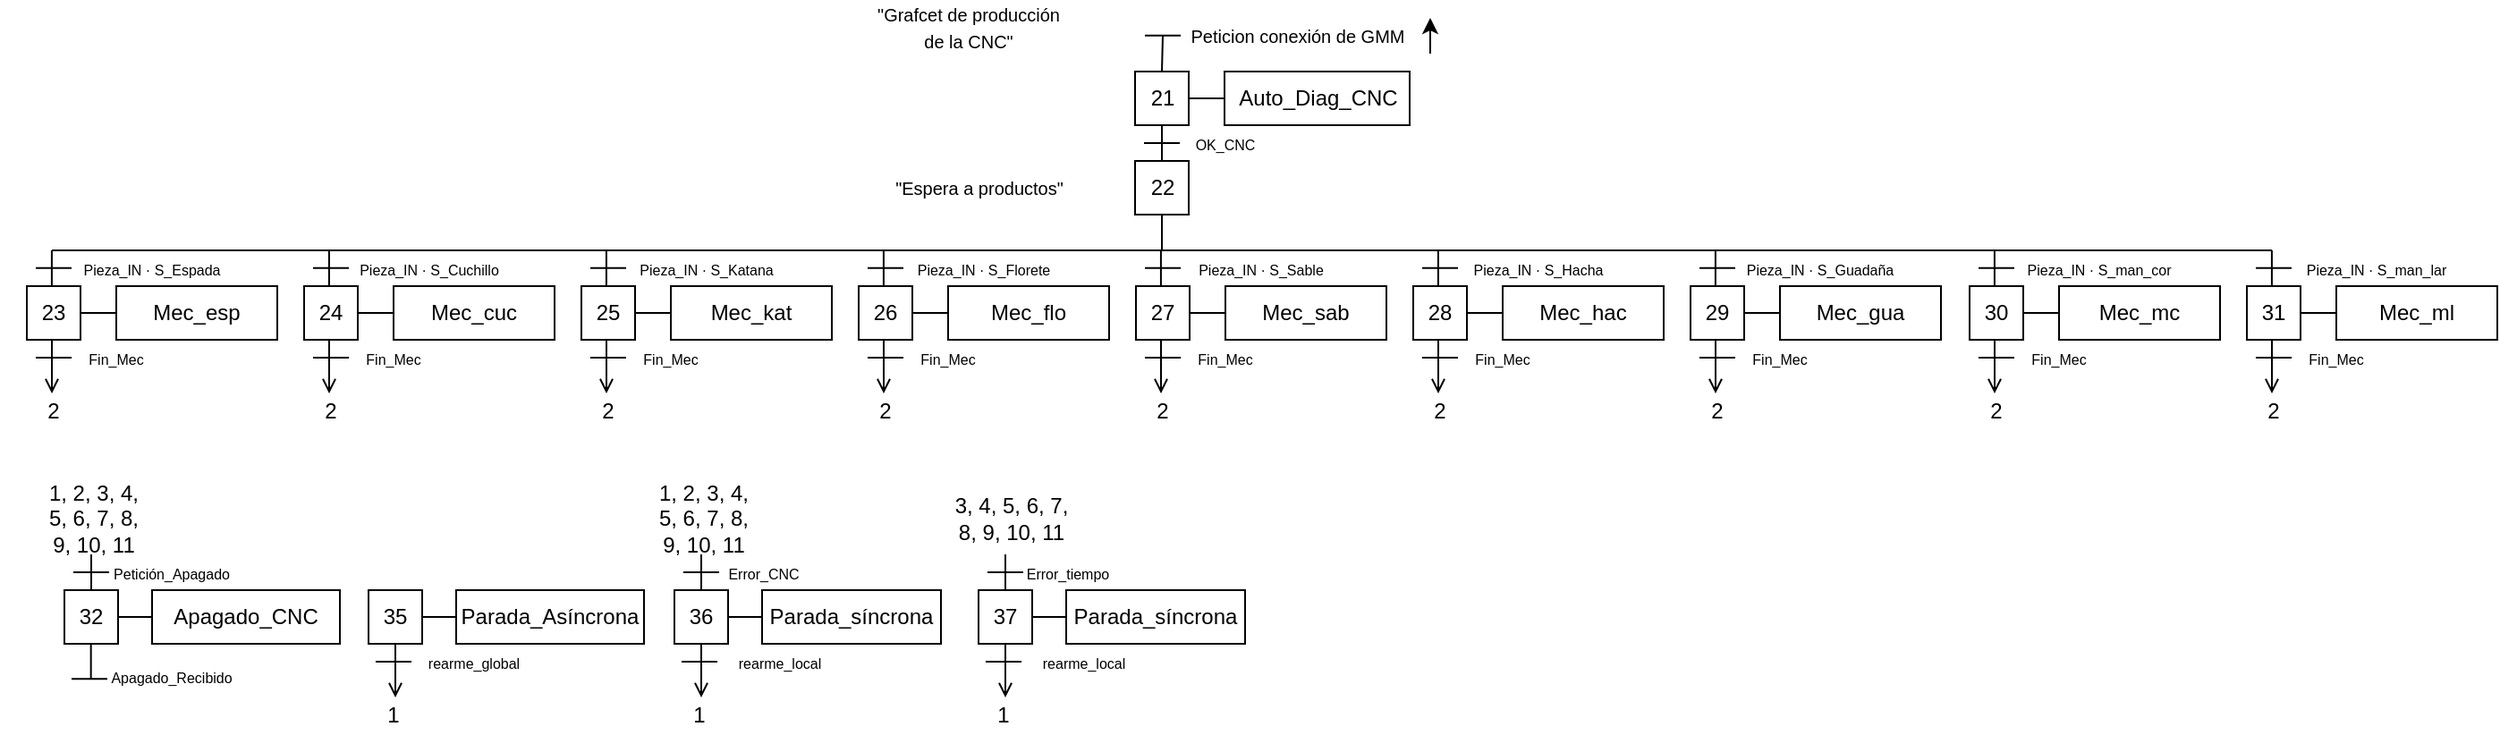
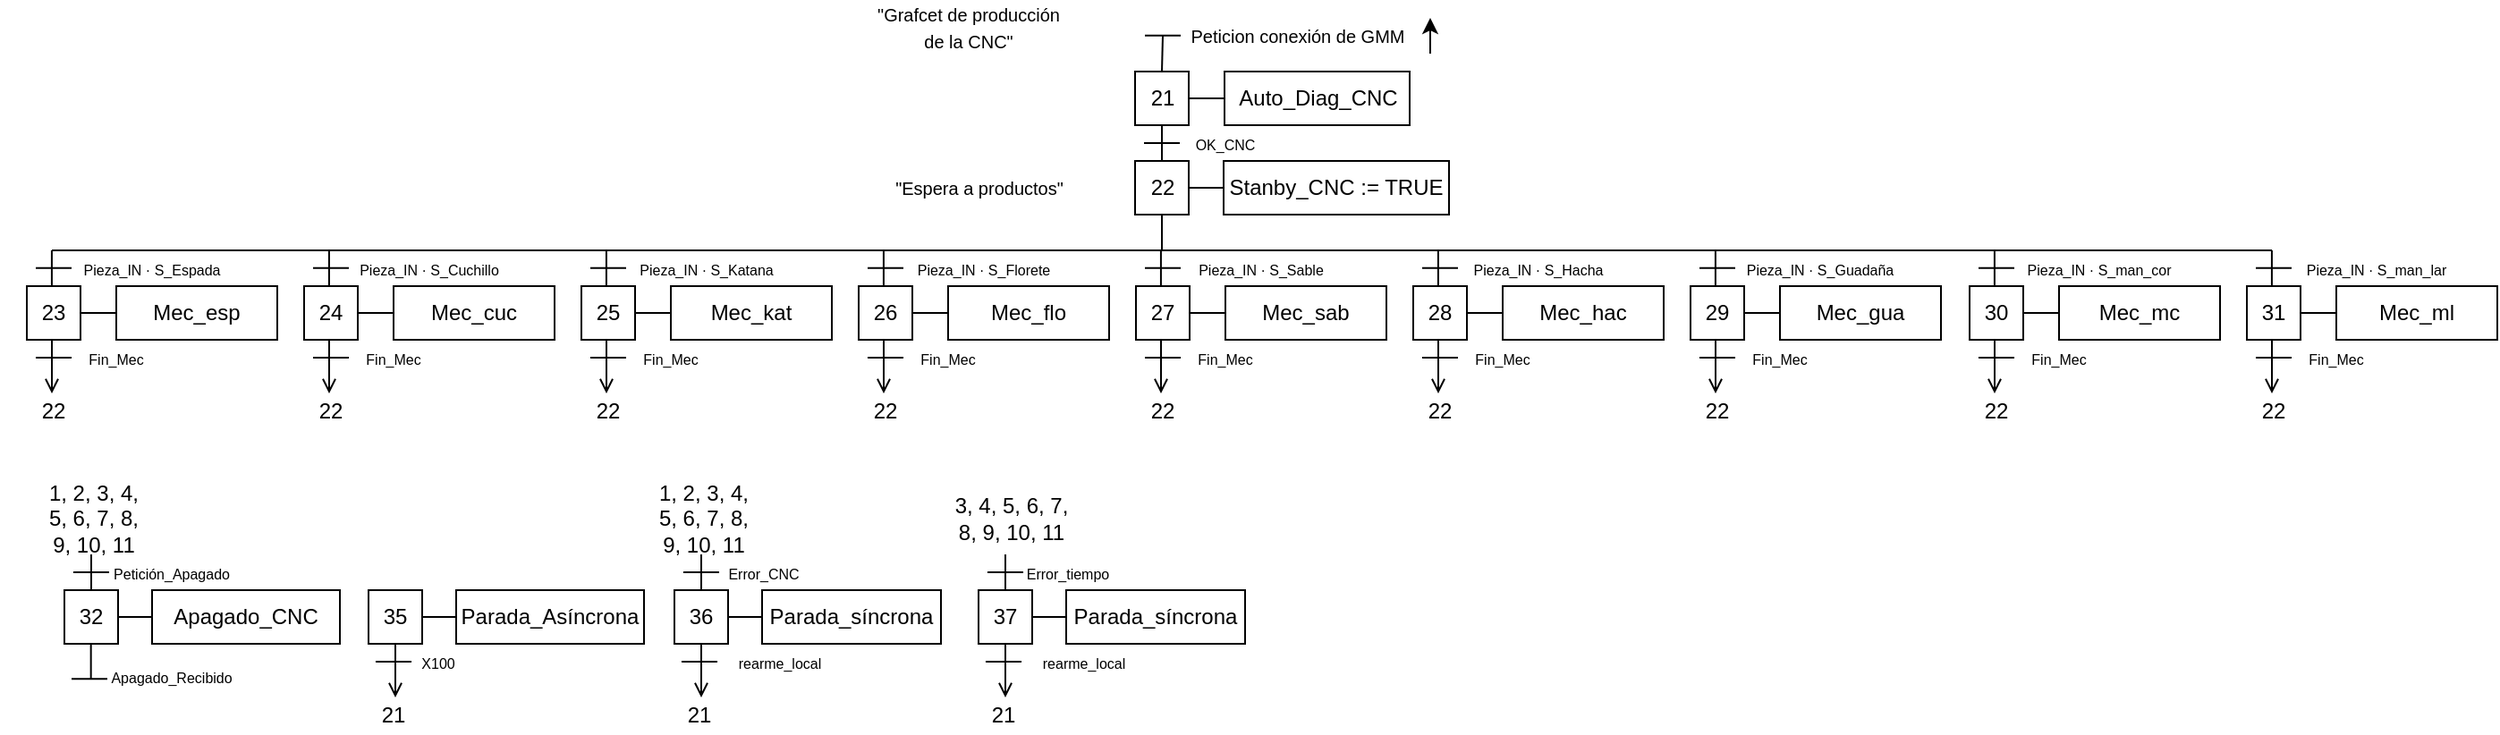
<mxfile host="app.diagrams.net">
  <diagram id="C5RBs43oDa-KdzZeNtuy" name="Page-1">
-     <mxGraphModel dx="1471" dy="753" grid="1" gridSize="10" guides="1" tooltips="1" connect="1" arrows="1" fold="1" page="1" pageScale="1" pageWidth="827" pageHeight="1169" math="0" shadow="0">
+     <mxGraphModel dx="1212" dy="620" grid="1" gridSize="10" guides="1" tooltips="1" connect="1" arrows="1" fold="1" page="1" pageScale="1" pageWidth="827" pageHeight="1169" math="0" shadow="0">
      <root>
        <mxCell id="WIyWlLk6GJQsqaUBKTNV-0" />
        <mxCell id="WIyWlLk6GJQsqaUBKTNV-1" parent="WIyWlLk6GJQsqaUBKTNV-0" />
        <mxCell id="zzCB6wl2EMzTk8Lp6clx-1" parent="WIyWlLk6GJQsqaUBKTNV-1" style="rounded=0;whiteSpace=wrap;html=1;arcSize=10;" value="22" vertex="1">
          <mxGeometry height="30" width="30" x="634.5" y="120" as="geometry" />
        </mxCell>
        <mxCell id="zzCB6wl2EMzTk8Lp6clx-7" edge="1" parent="WIyWlLk6GJQsqaUBKTNV-1" style="endArrow=none;html=1;rounded=0;entryX=0.5;entryY=0;entryDx=0;entryDy=0;exitX=0.5;exitY=1;exitDx=0;exitDy=0;arcSize=10;" value="">
          <mxGeometry height="50" relative="1" width="50" as="geometry">
            <mxPoint x="649.5" y="150" as="sourcePoint" />
            <mxPoint x="649.5" y="170" as="targetPoint" />
          </mxGeometry>
        </mxCell>
        <mxCell id="zzCB6wl2EMzTk8Lp6clx-12" edge="1" parent="WIyWlLk6GJQsqaUBKTNV-1" style="endArrow=none;html=1;rounded=0;endSize=10;sourcePerimeterSpacing=0;startSize=13;strokeWidth=1;targetPerimeterSpacing=2;arcSize=10;" value="">
          <mxGeometry height="50" relative="1" width="50" as="geometry">
            <mxPoint x="29" y="170" as="sourcePoint" />
            <mxPoint x="1270" y="170" as="targetPoint" />
          </mxGeometry>
        </mxCell>
        <mxCell id="zzCB6wl2EMzTk8Lp6clx-13" edge="1" parent="WIyWlLk6GJQsqaUBKTNV-1" style="endArrow=none;html=1;rounded=0;entryX=0.5;entryY=0;entryDx=0;entryDy=0;exitX=0.5;exitY=1;exitDx=0;exitDy=0;arcSize=10;" value="">
          <mxGeometry height="50" relative="1" width="50" as="geometry">
            <mxPoint x="28.95999999999998" y="170" as="sourcePoint" />
            <mxPoint x="28.95999999999998" y="190" as="targetPoint" />
          </mxGeometry>
        </mxCell>
        <mxCell id="zzCB6wl2EMzTk8Lp6clx-14" edge="1" parent="WIyWlLk6GJQsqaUBKTNV-1" style="endArrow=none;html=1;rounded=0;entryX=0.5;entryY=0;entryDx=0;entryDy=0;exitX=0.5;exitY=1;exitDx=0;exitDy=0;" value="">
          <mxGeometry height="50" relative="1" width="50" as="geometry">
            <mxPoint x="392" y="340" as="sourcePoint" />
            <mxPoint x="392" y="360" as="targetPoint" />
          </mxGeometry>
        </mxCell>
        <mxCell id="zzCB6wl2EMzTk8Lp6clx-15" edge="1" parent="WIyWlLk6GJQsqaUBKTNV-1" style="endArrow=none;html=1;rounded=0;" value="">
          <mxGeometry height="50" relative="1" width="50" as="geometry">
            <mxPoint x="382" y="350" as="sourcePoint" />
            <mxPoint x="402" y="350" as="targetPoint" />
          </mxGeometry>
        </mxCell>
        <mxCell id="zzCB6wl2EMzTk8Lp6clx-16" edge="1" parent="WIyWlLk6GJQsqaUBKTNV-1" style="endArrow=none;html=1;rounded=0;arcSize=10;" value="">
          <mxGeometry height="50" relative="1" width="50" as="geometry">
            <mxPoint x="20" y="179.89999999999998" as="sourcePoint" />
            <mxPoint x="40" y="179.89999999999998" as="targetPoint" />
          </mxGeometry>
        </mxCell>
        <mxCell id="zzCB6wl2EMzTk8Lp6clx-17" parent="WIyWlLk6GJQsqaUBKTNV-1" style="text;html=1;align=center;verticalAlign=middle;whiteSpace=wrap;rounded=0;" value="&lt;span style=&quot;font-size: 8px;&quot;&gt;Error_CNC&lt;/span&gt;" vertex="1">
          <mxGeometry height="20" width="60" x="397" y="340" as="geometry" />
        </mxCell>
        <mxCell id="zzCB6wl2EMzTk8Lp6clx-20" edge="1" parent="WIyWlLk6GJQsqaUBKTNV-1" style="endArrow=none;html=1;rounded=0;exitX=1;exitY=0.5;exitDx=0;exitDy=0;" value="">
          <mxGeometry height="50" relative="1" width="50" as="geometry">
            <mxPoint x="406" y="375" as="sourcePoint" />
            <mxPoint x="426" y="375" as="targetPoint" />
          </mxGeometry>
        </mxCell>
        <mxCell id="zzCB6wl2EMzTk8Lp6clx-21" parent="WIyWlLk6GJQsqaUBKTNV-1" style="rounded=0;whiteSpace=wrap;html=1;" value="Parada_síncrona" vertex="1">
          <mxGeometry height="30" width="100" x="426" y="360" as="geometry" />
        </mxCell>
        <mxCell id="zzCB6wl2EMzTk8Lp6clx-22" edge="1" parent="WIyWlLk6GJQsqaUBKTNV-1" style="endArrow=none;html=1;rounded=0;" value="">
          <mxGeometry height="50" relative="1" width="50" as="geometry">
            <mxPoint x="381" y="400" as="sourcePoint" />
            <mxPoint x="401" y="400" as="targetPoint" />
          </mxGeometry>
        </mxCell>
        <mxCell id="zzCB6wl2EMzTk8Lp6clx-24" parent="WIyWlLk6GJQsqaUBKTNV-1" style="rounded=0;whiteSpace=wrap;html=1;arcSize=10;" value="23" vertex="1">
          <mxGeometry height="30" width="30" x="15" y="190" as="geometry" />
        </mxCell>
        <mxCell id="zzCB6wl2EMzTk8Lp6clx-25" edge="1" parent="WIyWlLk6GJQsqaUBKTNV-1" source="zzCB6wl2EMzTk8Lp6clx-24" style="endArrow=none;html=1;rounded=0;exitX=1;exitY=0.5;exitDx=0;exitDy=0;arcSize=10;" value="">
          <mxGeometry height="50" relative="1" width="50" as="geometry">
            <mxPoint x="15" y="260" as="sourcePoint" />
            <mxPoint x="65" y="205" as="targetPoint" />
          </mxGeometry>
        </mxCell>
        <mxCell id="zzCB6wl2EMzTk8Lp6clx-26" parent="WIyWlLk6GJQsqaUBKTNV-1" style="rounded=0;whiteSpace=wrap;html=1;arcSize=10;" value="Mec_esp" vertex="1">
          <mxGeometry height="30" width="90" x="65" y="190" as="geometry" />
        </mxCell>
        <mxCell id="zzCB6wl2EMzTk8Lp6clx-27" edge="1" parent="WIyWlLk6GJQsqaUBKTNV-1" style="endArrow=none;html=1;rounded=0;arcSize=10;" value="">
          <mxGeometry height="50" relative="1" width="50" as="geometry">
            <mxPoint x="20" y="230" as="sourcePoint" />
            <mxPoint x="40" y="230" as="targetPoint" />
          </mxGeometry>
        </mxCell>
        <mxCell id="zzCB6wl2EMzTk8Lp6clx-28" parent="WIyWlLk6GJQsqaUBKTNV-1" style="text;html=1;align=center;verticalAlign=middle;whiteSpace=wrap;rounded=0;arcSize=10;" value="&lt;span style=&quot;font-size: 8px;&quot;&gt;Fin_Mec&lt;/span&gt;" vertex="1">
          <mxGeometry height="20" width="60" x="35" y="220" as="geometry" />
        </mxCell>
        <mxCell id="zzCB6wl2EMzTk8Lp6clx-29" edge="1" parent="WIyWlLk6GJQsqaUBKTNV-1" style="endArrow=open;html=1;rounded=0;endFill=0;" value="">
          <mxGeometry height="50" relative="1" width="50" as="geometry">
            <mxPoint x="392" y="390" as="sourcePoint" />
            <mxPoint x="392" y="420" as="targetPoint" />
          </mxGeometry>
        </mxCell>
        <mxCell id="zzCB6wl2EMzTk8Lp6clx-30" edge="1" parent="WIyWlLk6GJQsqaUBKTNV-1" style="endArrow=open;html=1;rounded=0;endFill=0;arcSize=10;" value="">
          <mxGeometry height="50" relative="1" width="50" as="geometry">
            <mxPoint x="29" y="220" as="sourcePoint" />
            <mxPoint x="29" y="250" as="targetPoint" />
          </mxGeometry>
        </mxCell>
-         <mxCell id="zzCB6wl2EMzTk8Lp6clx-31" parent="WIyWlLk6GJQsqaUBKTNV-1" style="text;html=1;align=center;verticalAlign=middle;whiteSpace=wrap;rounded=0;arcSize=10;" value="&lt;font&gt;2&lt;/font&gt;" vertex="1">
+         <mxCell id="zzCB6wl2EMzTk8Lp6clx-31" parent="WIyWlLk6GJQsqaUBKTNV-1" style="text;html=1;align=center;verticalAlign=middle;whiteSpace=wrap;rounded=0;arcSize=10;" value="&lt;font&gt;22&lt;/font&gt;" vertex="1">
          <mxGeometry height="20" width="60" y="250" as="geometry" />
        </mxCell>
-         <mxCell id="zzCB6wl2EMzTk8Lp6clx-32" parent="WIyWlLk6GJQsqaUBKTNV-1" style="text;html=1;align=center;verticalAlign=middle;whiteSpace=wrap;rounded=0;" value="&lt;font&gt;1&lt;/font&gt;" vertex="1">
+         <mxCell id="zzCB6wl2EMzTk8Lp6clx-32" parent="WIyWlLk6GJQsqaUBKTNV-1" style="text;html=1;align=center;verticalAlign=middle;whiteSpace=wrap;rounded=0;" value="21" vertex="1">
          <mxGeometry height="20" width="60" x="361" y="420" as="geometry" />
        </mxCell>
        <mxCell id="zzCB6wl2EMzTk8Lp6clx-33" parent="WIyWlLk6GJQsqaUBKTNV-1" style="text;html=1;align=center;verticalAlign=middle;whiteSpace=wrap;rounded=0;arcSize=10;" value="&lt;font style=&quot;font-size: 10px;&quot;&gt;&quot;Grafcet de producción de la CNC&quot;&lt;/font&gt;" vertex="1">
          <mxGeometry height="30" width="115" x="483.5" y="30" as="geometry" />
        </mxCell>
        <mxCell id="zzCB6wl2EMzTk8Lp6clx-34" parent="WIyWlLk6GJQsqaUBKTNV-1" style="rounded=0;whiteSpace=wrap;html=1;arcSize=10;" value="21" vertex="1">
          <mxGeometry height="30" width="30" x="634.5" y="70" as="geometry" />
        </mxCell>
        <mxCell id="zzCB6wl2EMzTk8Lp6clx-35" edge="1" parent="WIyWlLk6GJQsqaUBKTNV-1" source="zzCB6wl2EMzTk8Lp6clx-34" style="endArrow=none;html=1;rounded=0;exitX=1;exitY=0.5;exitDx=0;exitDy=0;arcSize=10;" value="">
          <mxGeometry height="50" relative="1" width="50" as="geometry">
            <mxPoint x="634.5" y="140" as="sourcePoint" />
            <mxPoint x="684.5" y="85" as="targetPoint" />
          </mxGeometry>
        </mxCell>
        <mxCell id="zzCB6wl2EMzTk8Lp6clx-36" parent="WIyWlLk6GJQsqaUBKTNV-1" style="rounded=0;whiteSpace=wrap;html=1;arcSize=10;" value="Auto_Diag_CNC" vertex="1">
          <mxGeometry height="30" width="103.5" x="684.5" y="70" as="geometry" />
        </mxCell>
        <mxCell id="zzCB6wl2EMzTk8Lp6clx-37" edge="1" parent="WIyWlLk6GJQsqaUBKTNV-1" style="endArrow=none;html=1;rounded=0;entryX=0.5;entryY=0;entryDx=0;entryDy=0;exitX=0.5;exitY=1;exitDx=0;exitDy=0;arcSize=10;" target="zzCB6wl2EMzTk8Lp6clx-1" value="">
          <mxGeometry height="50" relative="1" width="50" as="geometry">
            <mxPoint x="649.5" y="100" as="sourcePoint" />
            <mxPoint x="650" y="120" as="targetPoint" />
          </mxGeometry>
        </mxCell>
        <mxCell id="zzCB6wl2EMzTk8Lp6clx-38" edge="1" parent="WIyWlLk6GJQsqaUBKTNV-1" style="endArrow=none;html=1;rounded=0;arcSize=10;" value="">
          <mxGeometry height="50" relative="1" width="50" as="geometry">
            <mxPoint x="639.5" y="110" as="sourcePoint" />
            <mxPoint x="659.5" y="110" as="targetPoint" />
          </mxGeometry>
        </mxCell>
        <mxCell id="zzCB6wl2EMzTk8Lp6clx-39" parent="WIyWlLk6GJQsqaUBKTNV-1" style="text;html=1;align=center;verticalAlign=middle;whiteSpace=wrap;rounded=0;arcSize=10;" value="&lt;span style=&quot;font-size: 8px;&quot;&gt;OK_CNC&lt;/span&gt;" vertex="1">
          <mxGeometry height="20" width="60" x="654.5" y="100" as="geometry" />
        </mxCell>
        <mxCell id="zzCB6wl2EMzTk8Lp6clx-41" parent="WIyWlLk6GJQsqaUBKTNV-1" style="text;html=1;align=center;verticalAlign=middle;whiteSpace=wrap;rounded=0;arcSize=10;" value="&lt;font style=&quot;font-size: 10px;&quot;&gt;&quot;Espera a productos&quot;&lt;/font&gt;" vertex="1">
          <mxGeometry height="30" width="115" x="489.5" y="120" as="geometry" />
        </mxCell>
        <mxCell id="zzCB6wl2EMzTk8Lp6clx-42" parent="WIyWlLk6GJQsqaUBKTNV-1" style="text;html=1;align=center;verticalAlign=middle;whiteSpace=wrap;rounded=0;arcSize=10;" value="&lt;span style=&quot;font-size: 8px;&quot;&gt;Pieza_IN · S_Espada&lt;/span&gt;" vertex="1">
          <mxGeometry height="20" width="80" x="45" y="170" as="geometry" />
        </mxCell>
        <mxCell id="zzCB6wl2EMzTk8Lp6clx-43" edge="1" parent="WIyWlLk6GJQsqaUBKTNV-1" style="endArrow=none;html=1;rounded=0;entryX=0.5;entryY=0;entryDx=0;entryDy=0;exitX=0.5;exitY=1;exitDx=0;exitDy=0;arcSize=10;" value="">
          <mxGeometry height="50" relative="1" width="50" as="geometry">
            <mxPoint x="183.95999999999998" y="170" as="sourcePoint" />
            <mxPoint x="183.95999999999998" y="190" as="targetPoint" />
          </mxGeometry>
        </mxCell>
        <mxCell id="zzCB6wl2EMzTk8Lp6clx-44" edge="1" parent="WIyWlLk6GJQsqaUBKTNV-1" style="endArrow=none;html=1;rounded=0;arcSize=10;" value="">
          <mxGeometry height="50" relative="1" width="50" as="geometry">
            <mxPoint x="175" y="179.89999999999998" as="sourcePoint" />
            <mxPoint x="195" y="179.89999999999998" as="targetPoint" />
          </mxGeometry>
        </mxCell>
        <mxCell id="zzCB6wl2EMzTk8Lp6clx-45" parent="WIyWlLk6GJQsqaUBKTNV-1" style="rounded=0;whiteSpace=wrap;html=1;arcSize=10;" value="24" vertex="1">
          <mxGeometry height="30" width="30" x="170" y="190" as="geometry" />
        </mxCell>
        <mxCell id="zzCB6wl2EMzTk8Lp6clx-46" edge="1" parent="WIyWlLk6GJQsqaUBKTNV-1" source="zzCB6wl2EMzTk8Lp6clx-45" style="endArrow=none;html=1;rounded=0;exitX=1;exitY=0.5;exitDx=0;exitDy=0;arcSize=10;" value="">
          <mxGeometry height="50" relative="1" width="50" as="geometry">
            <mxPoint x="170" y="260" as="sourcePoint" />
            <mxPoint x="220" y="205" as="targetPoint" />
          </mxGeometry>
        </mxCell>
        <mxCell id="zzCB6wl2EMzTk8Lp6clx-47" parent="WIyWlLk6GJQsqaUBKTNV-1" style="rounded=0;whiteSpace=wrap;html=1;arcSize=10;" value="Mec_cuc" vertex="1">
          <mxGeometry height="30" width="90" x="220" y="190" as="geometry" />
        </mxCell>
        <mxCell id="zzCB6wl2EMzTk8Lp6clx-48" edge="1" parent="WIyWlLk6GJQsqaUBKTNV-1" style="endArrow=none;html=1;rounded=0;arcSize=10;" value="">
          <mxGeometry height="50" relative="1" width="50" as="geometry">
            <mxPoint x="175" y="230" as="sourcePoint" />
            <mxPoint x="195" y="230" as="targetPoint" />
          </mxGeometry>
        </mxCell>
        <mxCell id="zzCB6wl2EMzTk8Lp6clx-49" parent="WIyWlLk6GJQsqaUBKTNV-1" style="text;html=1;align=center;verticalAlign=middle;whiteSpace=wrap;rounded=0;arcSize=10;" value="&lt;span style=&quot;font-size: 8px;&quot;&gt;Fin_Mec&lt;/span&gt;" vertex="1">
          <mxGeometry height="20" width="60" x="190" y="220" as="geometry" />
        </mxCell>
        <mxCell id="zzCB6wl2EMzTk8Lp6clx-50" edge="1" parent="WIyWlLk6GJQsqaUBKTNV-1" style="endArrow=open;html=1;rounded=0;endFill=0;arcSize=10;" value="">
          <mxGeometry height="50" relative="1" width="50" as="geometry">
            <mxPoint x="184" y="220" as="sourcePoint" />
            <mxPoint x="184" y="250" as="targetPoint" />
          </mxGeometry>
        </mxCell>
-         <mxCell id="zzCB6wl2EMzTk8Lp6clx-51" parent="WIyWlLk6GJQsqaUBKTNV-1" style="text;html=1;align=center;verticalAlign=middle;whiteSpace=wrap;rounded=0;arcSize=10;" value="&lt;font&gt;2&lt;/font&gt;" vertex="1">
+         <mxCell id="zzCB6wl2EMzTk8Lp6clx-51" parent="WIyWlLk6GJQsqaUBKTNV-1" style="text;html=1;align=center;verticalAlign=middle;whiteSpace=wrap;rounded=0;arcSize=10;" value="22" vertex="1">
          <mxGeometry height="20" width="60" x="155" y="250" as="geometry" />
        </mxCell>
        <mxCell id="zzCB6wl2EMzTk8Lp6clx-52" parent="WIyWlLk6GJQsqaUBKTNV-1" style="text;html=1;align=center;verticalAlign=middle;whiteSpace=wrap;rounded=0;arcSize=10;" value="&lt;span style=&quot;font-size: 8px;&quot;&gt;Pieza_IN · S_Cuchillo&lt;/span&gt;" vertex="1">
          <mxGeometry height="20" width="80" x="200" y="170" as="geometry" />
        </mxCell>
        <mxCell id="zzCB6wl2EMzTk8Lp6clx-53" edge="1" parent="WIyWlLk6GJQsqaUBKTNV-1" style="endArrow=none;html=1;rounded=0;entryX=0.5;entryY=0;entryDx=0;entryDy=0;exitX=0.5;exitY=1;exitDx=0;exitDy=0;arcSize=10;" value="">
          <mxGeometry height="50" relative="1" width="50" as="geometry">
            <mxPoint x="338.96" y="170" as="sourcePoint" />
            <mxPoint x="338.96" y="190" as="targetPoint" />
          </mxGeometry>
        </mxCell>
        <mxCell id="zzCB6wl2EMzTk8Lp6clx-54" edge="1" parent="WIyWlLk6GJQsqaUBKTNV-1" style="endArrow=none;html=1;rounded=0;arcSize=10;" value="">
          <mxGeometry height="50" relative="1" width="50" as="geometry">
            <mxPoint x="330" y="179.89999999999998" as="sourcePoint" />
            <mxPoint x="350" y="179.89999999999998" as="targetPoint" />
          </mxGeometry>
        </mxCell>
        <mxCell id="zzCB6wl2EMzTk8Lp6clx-55" parent="WIyWlLk6GJQsqaUBKTNV-1" style="rounded=0;whiteSpace=wrap;html=1;arcSize=10;" value="25" vertex="1">
          <mxGeometry height="30" width="30" x="325" y="190" as="geometry" />
        </mxCell>
        <mxCell id="zzCB6wl2EMzTk8Lp6clx-56" edge="1" parent="WIyWlLk6GJQsqaUBKTNV-1" source="zzCB6wl2EMzTk8Lp6clx-55" style="endArrow=none;html=1;rounded=0;exitX=1;exitY=0.5;exitDx=0;exitDy=0;arcSize=10;" value="">
          <mxGeometry height="50" relative="1" width="50" as="geometry">
            <mxPoint x="325" y="260" as="sourcePoint" />
            <mxPoint x="375" y="205" as="targetPoint" />
          </mxGeometry>
        </mxCell>
        <mxCell id="zzCB6wl2EMzTk8Lp6clx-57" parent="WIyWlLk6GJQsqaUBKTNV-1" style="rounded=0;whiteSpace=wrap;html=1;arcSize=10;" value="Mec_kat" vertex="1">
          <mxGeometry height="30" width="90" x="375" y="190" as="geometry" />
        </mxCell>
        <mxCell id="zzCB6wl2EMzTk8Lp6clx-58" edge="1" parent="WIyWlLk6GJQsqaUBKTNV-1" style="endArrow=none;html=1;rounded=0;arcSize=10;" value="">
          <mxGeometry height="50" relative="1" width="50" as="geometry">
            <mxPoint x="330" y="230" as="sourcePoint" />
            <mxPoint x="350" y="230" as="targetPoint" />
          </mxGeometry>
        </mxCell>
        <mxCell id="zzCB6wl2EMzTk8Lp6clx-59" parent="WIyWlLk6GJQsqaUBKTNV-1" style="text;html=1;align=center;verticalAlign=middle;whiteSpace=wrap;rounded=0;arcSize=10;" value="&lt;span style=&quot;font-size: 8px;&quot;&gt;Fin_Mec&lt;/span&gt;" vertex="1">
          <mxGeometry height="20" width="60" x="345" y="220" as="geometry" />
        </mxCell>
        <mxCell id="zzCB6wl2EMzTk8Lp6clx-60" edge="1" parent="WIyWlLk6GJQsqaUBKTNV-1" style="endArrow=open;html=1;rounded=0;endFill=0;arcSize=10;" value="">
          <mxGeometry height="50" relative="1" width="50" as="geometry">
            <mxPoint x="339" y="220" as="sourcePoint" />
            <mxPoint x="339" y="250" as="targetPoint" />
          </mxGeometry>
        </mxCell>
-         <mxCell id="zzCB6wl2EMzTk8Lp6clx-61" parent="WIyWlLk6GJQsqaUBKTNV-1" style="text;html=1;align=center;verticalAlign=middle;whiteSpace=wrap;rounded=0;arcSize=10;" value="&lt;font&gt;2&lt;/font&gt;" vertex="1">
+         <mxCell id="zzCB6wl2EMzTk8Lp6clx-61" parent="WIyWlLk6GJQsqaUBKTNV-1" style="text;html=1;align=center;verticalAlign=middle;whiteSpace=wrap;rounded=0;arcSize=10;" value="22" vertex="1">
          <mxGeometry height="20" width="60" x="310" y="250" as="geometry" />
        </mxCell>
        <mxCell id="zzCB6wl2EMzTk8Lp6clx-62" parent="WIyWlLk6GJQsqaUBKTNV-1" style="text;html=1;align=center;verticalAlign=middle;whiteSpace=wrap;rounded=0;arcSize=10;" value="&lt;span style=&quot;font-size: 8px;&quot;&gt;Pieza_IN · S_Katana&lt;/span&gt;" vertex="1">
          <mxGeometry height="20" width="80" x="355" y="170" as="geometry" />
        </mxCell>
        <mxCell id="zzCB6wl2EMzTk8Lp6clx-63" edge="1" parent="WIyWlLk6GJQsqaUBKTNV-1" style="endArrow=none;html=1;rounded=0;entryX=0.5;entryY=0;entryDx=0;entryDy=0;exitX=0.5;exitY=1;exitDx=0;exitDy=0;arcSize=10;" value="">
          <mxGeometry height="50" relative="1" width="50" as="geometry">
            <mxPoint x="493.96000000000004" y="170" as="sourcePoint" />
            <mxPoint x="493.96000000000004" y="190" as="targetPoint" />
          </mxGeometry>
        </mxCell>
        <mxCell id="zzCB6wl2EMzTk8Lp6clx-64" edge="1" parent="WIyWlLk6GJQsqaUBKTNV-1" style="endArrow=none;html=1;rounded=0;arcSize=10;" value="">
          <mxGeometry height="50" relative="1" width="50" as="geometry">
            <mxPoint x="485" y="179.89999999999998" as="sourcePoint" />
            <mxPoint x="505" y="179.89999999999998" as="targetPoint" />
          </mxGeometry>
        </mxCell>
        <mxCell id="zzCB6wl2EMzTk8Lp6clx-65" parent="WIyWlLk6GJQsqaUBKTNV-1" style="rounded=0;whiteSpace=wrap;html=1;arcSize=10;" value="26" vertex="1">
          <mxGeometry height="30" width="30" x="480" y="190" as="geometry" />
        </mxCell>
        <mxCell id="zzCB6wl2EMzTk8Lp6clx-66" edge="1" parent="WIyWlLk6GJQsqaUBKTNV-1" source="zzCB6wl2EMzTk8Lp6clx-65" style="endArrow=none;html=1;rounded=0;exitX=1;exitY=0.5;exitDx=0;exitDy=0;arcSize=10;" value="">
          <mxGeometry height="50" relative="1" width="50" as="geometry">
            <mxPoint x="480" y="260" as="sourcePoint" />
            <mxPoint x="530" y="205" as="targetPoint" />
          </mxGeometry>
        </mxCell>
        <mxCell id="zzCB6wl2EMzTk8Lp6clx-67" parent="WIyWlLk6GJQsqaUBKTNV-1" style="rounded=0;whiteSpace=wrap;html=1;arcSize=10;" value="Mec_flo" vertex="1">
          <mxGeometry height="30" width="90" x="530" y="190" as="geometry" />
        </mxCell>
        <mxCell id="zzCB6wl2EMzTk8Lp6clx-68" edge="1" parent="WIyWlLk6GJQsqaUBKTNV-1" style="endArrow=none;html=1;rounded=0;arcSize=10;" value="">
          <mxGeometry height="50" relative="1" width="50" as="geometry">
            <mxPoint x="485" y="230" as="sourcePoint" />
            <mxPoint x="505" y="230" as="targetPoint" />
          </mxGeometry>
        </mxCell>
        <mxCell id="zzCB6wl2EMzTk8Lp6clx-69" parent="WIyWlLk6GJQsqaUBKTNV-1" style="text;html=1;align=center;verticalAlign=middle;whiteSpace=wrap;rounded=0;arcSize=10;" value="&lt;span style=&quot;font-size: 8px;&quot;&gt;Fin_Mec&lt;/span&gt;" vertex="1">
          <mxGeometry height="20" width="60" x="500" y="220" as="geometry" />
        </mxCell>
        <mxCell id="zzCB6wl2EMzTk8Lp6clx-70" edge="1" parent="WIyWlLk6GJQsqaUBKTNV-1" style="endArrow=open;html=1;rounded=0;endFill=0;arcSize=10;" value="">
          <mxGeometry height="50" relative="1" width="50" as="geometry">
            <mxPoint x="494" y="220" as="sourcePoint" />
            <mxPoint x="494" y="250" as="targetPoint" />
          </mxGeometry>
        </mxCell>
-         <mxCell id="zzCB6wl2EMzTk8Lp6clx-71" parent="WIyWlLk6GJQsqaUBKTNV-1" style="text;html=1;align=center;verticalAlign=middle;whiteSpace=wrap;rounded=0;arcSize=10;" value="&lt;font&gt;2&lt;/font&gt;" vertex="1">
+         <mxCell id="zzCB6wl2EMzTk8Lp6clx-71" parent="WIyWlLk6GJQsqaUBKTNV-1" style="text;html=1;align=center;verticalAlign=middle;whiteSpace=wrap;rounded=0;arcSize=10;" value="22" vertex="1">
          <mxGeometry height="20" width="60" x="465" y="250" as="geometry" />
        </mxCell>
        <mxCell id="zzCB6wl2EMzTk8Lp6clx-72" parent="WIyWlLk6GJQsqaUBKTNV-1" style="text;html=1;align=center;verticalAlign=middle;whiteSpace=wrap;rounded=0;arcSize=10;" value="&lt;span style=&quot;font-size: 8px;&quot;&gt;Pieza_IN · S_Florete&lt;/span&gt;" vertex="1">
          <mxGeometry height="20" width="80" x="510" y="170" as="geometry" />
        </mxCell>
        <mxCell id="zzCB6wl2EMzTk8Lp6clx-73" edge="1" parent="WIyWlLk6GJQsqaUBKTNV-1" style="endArrow=none;html=1;rounded=0;entryX=0.5;entryY=0;entryDx=0;entryDy=0;exitX=0.5;exitY=1;exitDx=0;exitDy=0;arcSize=10;" value="">
          <mxGeometry height="50" relative="1" width="50" as="geometry">
            <mxPoint x="648.96" y="170" as="sourcePoint" />
            <mxPoint x="648.96" y="190" as="targetPoint" />
          </mxGeometry>
        </mxCell>
        <mxCell id="zzCB6wl2EMzTk8Lp6clx-74" edge="1" parent="WIyWlLk6GJQsqaUBKTNV-1" style="endArrow=none;html=1;rounded=0;arcSize=10;" value="">
          <mxGeometry height="50" relative="1" width="50" as="geometry">
            <mxPoint x="640" y="179.89999999999998" as="sourcePoint" />
            <mxPoint x="660" y="179.89999999999998" as="targetPoint" />
          </mxGeometry>
        </mxCell>
        <mxCell id="zzCB6wl2EMzTk8Lp6clx-75" parent="WIyWlLk6GJQsqaUBKTNV-1" style="rounded=0;whiteSpace=wrap;html=1;arcSize=10;" value="27" vertex="1">
          <mxGeometry height="30" width="30" x="635" y="190" as="geometry" />
        </mxCell>
        <mxCell id="zzCB6wl2EMzTk8Lp6clx-76" edge="1" parent="WIyWlLk6GJQsqaUBKTNV-1" source="zzCB6wl2EMzTk8Lp6clx-75" style="endArrow=none;html=1;rounded=0;exitX=1;exitY=0.5;exitDx=0;exitDy=0;arcSize=10;" value="">
          <mxGeometry height="50" relative="1" width="50" as="geometry">
            <mxPoint x="635" y="260" as="sourcePoint" />
            <mxPoint x="685" y="205" as="targetPoint" />
          </mxGeometry>
        </mxCell>
        <mxCell id="zzCB6wl2EMzTk8Lp6clx-77" parent="WIyWlLk6GJQsqaUBKTNV-1" style="rounded=0;whiteSpace=wrap;html=1;arcSize=10;" value="Mec_sab" vertex="1">
          <mxGeometry height="30" width="90" x="685" y="190" as="geometry" />
        </mxCell>
        <mxCell id="zzCB6wl2EMzTk8Lp6clx-78" edge="1" parent="WIyWlLk6GJQsqaUBKTNV-1" style="endArrow=none;html=1;rounded=0;arcSize=10;" value="">
          <mxGeometry height="50" relative="1" width="50" as="geometry">
            <mxPoint x="640" y="230" as="sourcePoint" />
            <mxPoint x="660" y="230" as="targetPoint" />
          </mxGeometry>
        </mxCell>
        <mxCell id="zzCB6wl2EMzTk8Lp6clx-79" parent="WIyWlLk6GJQsqaUBKTNV-1" style="text;html=1;align=center;verticalAlign=middle;whiteSpace=wrap;rounded=0;arcSize=10;" value="&lt;span style=&quot;font-size: 8px;&quot;&gt;Fin_Mec&lt;/span&gt;" vertex="1">
          <mxGeometry height="20" width="60" x="655" y="220" as="geometry" />
        </mxCell>
        <mxCell id="zzCB6wl2EMzTk8Lp6clx-80" edge="1" parent="WIyWlLk6GJQsqaUBKTNV-1" style="endArrow=open;html=1;rounded=0;endFill=0;arcSize=10;" value="">
          <mxGeometry height="50" relative="1" width="50" as="geometry">
            <mxPoint x="649" y="220" as="sourcePoint" />
            <mxPoint x="649" y="250" as="targetPoint" />
          </mxGeometry>
        </mxCell>
-         <mxCell id="zzCB6wl2EMzTk8Lp6clx-81" parent="WIyWlLk6GJQsqaUBKTNV-1" style="text;html=1;align=center;verticalAlign=middle;whiteSpace=wrap;rounded=0;arcSize=10;" value="&lt;font&gt;2&lt;/font&gt;" vertex="1">
+         <mxCell id="zzCB6wl2EMzTk8Lp6clx-81" parent="WIyWlLk6GJQsqaUBKTNV-1" style="text;html=1;align=center;verticalAlign=middle;whiteSpace=wrap;rounded=0;arcSize=10;" value="22" vertex="1">
          <mxGeometry height="20" width="60" x="620" y="250" as="geometry" />
        </mxCell>
        <mxCell id="zzCB6wl2EMzTk8Lp6clx-82" parent="WIyWlLk6GJQsqaUBKTNV-1" style="text;html=1;align=center;verticalAlign=middle;whiteSpace=wrap;rounded=0;arcSize=10;" value="&lt;span style=&quot;font-size: 8px;&quot;&gt;Pieza_IN · S_Sable&lt;/span&gt;" vertex="1">
          <mxGeometry height="20" width="80" x="665" y="170" as="geometry" />
        </mxCell>
        <mxCell id="zzCB6wl2EMzTk8Lp6clx-83" edge="1" parent="WIyWlLk6GJQsqaUBKTNV-1" style="endArrow=none;html=1;rounded=0;entryX=0.5;entryY=0;entryDx=0;entryDy=0;exitX=0.5;exitY=1;exitDx=0;exitDy=0;" value="">
          <mxGeometry height="50" relative="1" width="50" as="geometry">
            <mxPoint x="803.96" y="170" as="sourcePoint" />
            <mxPoint x="803.96" y="190" as="targetPoint" />
          </mxGeometry>
        </mxCell>
        <mxCell id="zzCB6wl2EMzTk8Lp6clx-84" edge="1" parent="WIyWlLk6GJQsqaUBKTNV-1" style="endArrow=none;html=1;rounded=0;" value="">
          <mxGeometry height="50" relative="1" width="50" as="geometry">
            <mxPoint x="795" y="179.89999999999998" as="sourcePoint" />
            <mxPoint x="815" y="179.89999999999998" as="targetPoint" />
          </mxGeometry>
        </mxCell>
        <mxCell id="zzCB6wl2EMzTk8Lp6clx-85" parent="WIyWlLk6GJQsqaUBKTNV-1" style="rounded=0;whiteSpace=wrap;html=1;" value="28" vertex="1">
          <mxGeometry height="30" width="30" x="790" y="190" as="geometry" />
        </mxCell>
        <mxCell id="zzCB6wl2EMzTk8Lp6clx-86" edge="1" parent="WIyWlLk6GJQsqaUBKTNV-1" source="zzCB6wl2EMzTk8Lp6clx-85" style="endArrow=none;html=1;rounded=0;exitX=1;exitY=0.5;exitDx=0;exitDy=0;" value="">
          <mxGeometry height="50" relative="1" width="50" as="geometry">
            <mxPoint x="790" y="260" as="sourcePoint" />
            <mxPoint x="840" y="205" as="targetPoint" />
          </mxGeometry>
        </mxCell>
        <mxCell id="zzCB6wl2EMzTk8Lp6clx-87" parent="WIyWlLk6GJQsqaUBKTNV-1" style="rounded=0;whiteSpace=wrap;html=1;" value="Mec_hac" vertex="1">
          <mxGeometry height="30" width="90" x="840" y="190" as="geometry" />
        </mxCell>
        <mxCell id="zzCB6wl2EMzTk8Lp6clx-88" edge="1" parent="WIyWlLk6GJQsqaUBKTNV-1" style="endArrow=none;html=1;rounded=0;" value="">
          <mxGeometry height="50" relative="1" width="50" as="geometry">
            <mxPoint x="795" y="230" as="sourcePoint" />
            <mxPoint x="815" y="230" as="targetPoint" />
          </mxGeometry>
        </mxCell>
        <mxCell id="zzCB6wl2EMzTk8Lp6clx-89" parent="WIyWlLk6GJQsqaUBKTNV-1" style="text;html=1;align=center;verticalAlign=middle;whiteSpace=wrap;rounded=0;" value="&lt;span style=&quot;font-size: 8px;&quot;&gt;Fin_Mec&lt;/span&gt;" vertex="1">
          <mxGeometry height="20" width="60" x="810" y="220" as="geometry" />
        </mxCell>
        <mxCell id="zzCB6wl2EMzTk8Lp6clx-90" edge="1" parent="WIyWlLk6GJQsqaUBKTNV-1" style="endArrow=open;html=1;rounded=0;endFill=0;" value="">
          <mxGeometry height="50" relative="1" width="50" as="geometry">
            <mxPoint x="804" y="220" as="sourcePoint" />
            <mxPoint x="804" y="250" as="targetPoint" />
          </mxGeometry>
        </mxCell>
-         <mxCell id="zzCB6wl2EMzTk8Lp6clx-91" parent="WIyWlLk6GJQsqaUBKTNV-1" style="text;html=1;align=center;verticalAlign=middle;whiteSpace=wrap;rounded=0;" value="&lt;font&gt;2&lt;/font&gt;" vertex="1">
+         <mxCell id="zzCB6wl2EMzTk8Lp6clx-91" parent="WIyWlLk6GJQsqaUBKTNV-1" style="text;html=1;align=center;verticalAlign=middle;whiteSpace=wrap;rounded=0;" value="22" vertex="1">
          <mxGeometry height="20" width="60" x="775" y="250" as="geometry" />
        </mxCell>
        <mxCell id="zzCB6wl2EMzTk8Lp6clx-92" parent="WIyWlLk6GJQsqaUBKTNV-1" style="text;html=1;align=center;verticalAlign=middle;whiteSpace=wrap;rounded=0;" value="&lt;span style=&quot;font-size: 8px;&quot;&gt;Pieza_IN · S_Hacha&lt;/span&gt;" vertex="1">
          <mxGeometry height="20" width="80" x="820" y="170" as="geometry" />
        </mxCell>
        <mxCell id="zzCB6wl2EMzTk8Lp6clx-93" edge="1" parent="WIyWlLk6GJQsqaUBKTNV-1" style="endArrow=none;html=1;rounded=0;entryX=0.5;entryY=0;entryDx=0;entryDy=0;exitX=0.5;exitY=1;exitDx=0;exitDy=0;" value="">
          <mxGeometry height="50" relative="1" width="50" as="geometry">
            <mxPoint x="958.96" y="170" as="sourcePoint" />
            <mxPoint x="958.96" y="190" as="targetPoint" />
          </mxGeometry>
        </mxCell>
        <mxCell id="zzCB6wl2EMzTk8Lp6clx-94" edge="1" parent="WIyWlLk6GJQsqaUBKTNV-1" style="endArrow=none;html=1;rounded=0;" value="">
          <mxGeometry height="50" relative="1" width="50" as="geometry">
            <mxPoint x="950" y="179.89999999999998" as="sourcePoint" />
            <mxPoint x="970" y="179.89999999999998" as="targetPoint" />
          </mxGeometry>
        </mxCell>
        <mxCell id="zzCB6wl2EMzTk8Lp6clx-95" parent="WIyWlLk6GJQsqaUBKTNV-1" style="rounded=0;whiteSpace=wrap;html=1;" value="29" vertex="1">
          <mxGeometry height="30" width="30" x="945" y="190" as="geometry" />
        </mxCell>
        <mxCell id="zzCB6wl2EMzTk8Lp6clx-96" edge="1" parent="WIyWlLk6GJQsqaUBKTNV-1" source="zzCB6wl2EMzTk8Lp6clx-95" style="endArrow=none;html=1;rounded=0;exitX=1;exitY=0.5;exitDx=0;exitDy=0;" value="">
          <mxGeometry height="50" relative="1" width="50" as="geometry">
            <mxPoint x="945" y="260" as="sourcePoint" />
            <mxPoint x="995" y="205" as="targetPoint" />
          </mxGeometry>
        </mxCell>
        <mxCell id="zzCB6wl2EMzTk8Lp6clx-97" parent="WIyWlLk6GJQsqaUBKTNV-1" style="rounded=0;whiteSpace=wrap;html=1;" value="Mec_gua" vertex="1">
          <mxGeometry height="30" width="90" x="995" y="190" as="geometry" />
        </mxCell>
        <mxCell id="zzCB6wl2EMzTk8Lp6clx-98" edge="1" parent="WIyWlLk6GJQsqaUBKTNV-1" style="endArrow=none;html=1;rounded=0;" value="">
          <mxGeometry height="50" relative="1" width="50" as="geometry">
            <mxPoint x="950" y="230" as="sourcePoint" />
            <mxPoint x="970" y="230" as="targetPoint" />
          </mxGeometry>
        </mxCell>
        <mxCell id="zzCB6wl2EMzTk8Lp6clx-99" parent="WIyWlLk6GJQsqaUBKTNV-1" style="text;html=1;align=center;verticalAlign=middle;whiteSpace=wrap;rounded=0;" value="&lt;span style=&quot;font-size: 8px;&quot;&gt;Fin_Mec&lt;/span&gt;" vertex="1">
          <mxGeometry height="20" width="60" x="965" y="220" as="geometry" />
        </mxCell>
        <mxCell id="zzCB6wl2EMzTk8Lp6clx-100" edge="1" parent="WIyWlLk6GJQsqaUBKTNV-1" style="endArrow=open;html=1;rounded=0;endFill=0;" value="">
          <mxGeometry height="50" relative="1" width="50" as="geometry">
            <mxPoint x="959" y="220" as="sourcePoint" />
            <mxPoint x="959" y="250" as="targetPoint" />
          </mxGeometry>
        </mxCell>
-         <mxCell id="zzCB6wl2EMzTk8Lp6clx-101" parent="WIyWlLk6GJQsqaUBKTNV-1" style="text;html=1;align=center;verticalAlign=middle;whiteSpace=wrap;rounded=0;" value="&lt;font&gt;2&lt;/font&gt;" vertex="1">
+         <mxCell id="zzCB6wl2EMzTk8Lp6clx-101" parent="WIyWlLk6GJQsqaUBKTNV-1" style="text;html=1;align=center;verticalAlign=middle;whiteSpace=wrap;rounded=0;" value="22" vertex="1">
          <mxGeometry height="20" width="60" x="930" y="250" as="geometry" />
        </mxCell>
        <mxCell id="zzCB6wl2EMzTk8Lp6clx-102" parent="WIyWlLk6GJQsqaUBKTNV-1" style="text;html=1;align=center;verticalAlign=middle;whiteSpace=wrap;rounded=0;" value="&lt;span style=&quot;font-size: 8px;&quot;&gt;Pieza_IN · S_Guadaña&lt;/span&gt;" vertex="1">
          <mxGeometry height="20" width="85" x="975" y="170" as="geometry" />
        </mxCell>
        <mxCell id="zzCB6wl2EMzTk8Lp6clx-103" parent="WIyWlLk6GJQsqaUBKTNV-1" style="text;html=1;align=center;verticalAlign=middle;whiteSpace=wrap;rounded=0;" value="&lt;span style=&quot;font-size: 8px;&quot;&gt;rearme_local&lt;/span&gt;" vertex="1">
          <mxGeometry height="20" width="60" x="406" y="390" as="geometry" />
        </mxCell>
        <mxCell id="zzCB6wl2EMzTk8Lp6clx-104" parent="WIyWlLk6GJQsqaUBKTNV-1" style="text;html=1;align=center;verticalAlign=middle;whiteSpace=wrap;rounded=0;" value="1, 2, 3, 4, 5, 6, 7, 8, 9, 10, 11" vertex="1">
          <mxGeometry height="20" width="65" x="361" y="310" as="geometry" />
        </mxCell>
        <mxCell id="zzCB6wl2EMzTk8Lp6clx-105" parent="WIyWlLk6GJQsqaUBKTNV-1" style="rounded=0;whiteSpace=wrap;html=1;arcSize=10;" value="36" vertex="1">
          <mxGeometry height="30" width="30" x="377" y="360" as="geometry" />
        </mxCell>
        <mxCell id="zzCB6wl2EMzTk8Lp6clx-106" edge="1" parent="WIyWlLk6GJQsqaUBKTNV-1" style="endArrow=none;html=1;rounded=0;entryX=0.5;entryY=0;entryDx=0;entryDy=0;exitX=0.5;exitY=1;exitDx=0;exitDy=0;" value="">
          <mxGeometry height="50" relative="1" width="50" as="geometry">
            <mxPoint x="562" y="340" as="sourcePoint" />
            <mxPoint x="562" y="360" as="targetPoint" />
          </mxGeometry>
        </mxCell>
        <mxCell id="zzCB6wl2EMzTk8Lp6clx-107" edge="1" parent="WIyWlLk6GJQsqaUBKTNV-1" style="endArrow=none;html=1;rounded=0;" value="">
          <mxGeometry height="50" relative="1" width="50" as="geometry">
            <mxPoint x="552" y="350" as="sourcePoint" />
            <mxPoint x="572" y="350" as="targetPoint" />
          </mxGeometry>
        </mxCell>
        <mxCell id="zzCB6wl2EMzTk8Lp6clx-108" parent="WIyWlLk6GJQsqaUBKTNV-1" style="text;html=1;align=center;verticalAlign=middle;whiteSpace=wrap;rounded=0;" value="&lt;span style=&quot;font-size: 8px;&quot;&gt;Error_tiempo&lt;/span&gt;" vertex="1">
          <mxGeometry height="20" width="60" x="567" y="340" as="geometry" />
        </mxCell>
        <mxCell id="zzCB6wl2EMzTk8Lp6clx-109" edge="1" parent="WIyWlLk6GJQsqaUBKTNV-1" style="endArrow=none;html=1;rounded=0;exitX=1;exitY=0.5;exitDx=0;exitDy=0;" value="">
          <mxGeometry height="50" relative="1" width="50" as="geometry">
            <mxPoint x="576" y="375" as="sourcePoint" />
            <mxPoint x="596" y="375" as="targetPoint" />
          </mxGeometry>
        </mxCell>
        <mxCell id="zzCB6wl2EMzTk8Lp6clx-110" parent="WIyWlLk6GJQsqaUBKTNV-1" style="rounded=0;whiteSpace=wrap;html=1;" value="Parada_síncrona" vertex="1">
          <mxGeometry height="30" width="100" x="596" y="360" as="geometry" />
        </mxCell>
        <mxCell id="zzCB6wl2EMzTk8Lp6clx-111" edge="1" parent="WIyWlLk6GJQsqaUBKTNV-1" style="endArrow=none;html=1;rounded=0;" value="">
          <mxGeometry height="50" relative="1" width="50" as="geometry">
            <mxPoint x="551" y="400" as="sourcePoint" />
            <mxPoint x="571" y="400" as="targetPoint" />
          </mxGeometry>
        </mxCell>
        <mxCell id="zzCB6wl2EMzTk8Lp6clx-112" edge="1" parent="WIyWlLk6GJQsqaUBKTNV-1" style="endArrow=open;html=1;rounded=0;endFill=0;" value="">
          <mxGeometry height="50" relative="1" width="50" as="geometry">
            <mxPoint x="562" y="390" as="sourcePoint" />
            <mxPoint x="562" y="420" as="targetPoint" />
          </mxGeometry>
        </mxCell>
-         <mxCell id="zzCB6wl2EMzTk8Lp6clx-113" parent="WIyWlLk6GJQsqaUBKTNV-1" style="text;html=1;align=center;verticalAlign=middle;whiteSpace=wrap;rounded=0;" value="&lt;font&gt;1&lt;/font&gt;" vertex="1">
+         <mxCell id="zzCB6wl2EMzTk8Lp6clx-113" parent="WIyWlLk6GJQsqaUBKTNV-1" style="text;html=1;align=center;verticalAlign=middle;whiteSpace=wrap;rounded=0;" value="21" vertex="1">
          <mxGeometry height="20" width="60" x="531" y="420" as="geometry" />
        </mxCell>
        <mxCell id="zzCB6wl2EMzTk8Lp6clx-114" parent="WIyWlLk6GJQsqaUBKTNV-1" style="text;html=1;align=center;verticalAlign=middle;whiteSpace=wrap;rounded=0;" value="&lt;span style=&quot;font-size: 8px;&quot;&gt;rearme_local&lt;/span&gt;" vertex="1">
          <mxGeometry height="20" width="60" x="576" y="390" as="geometry" />
        </mxCell>
        <mxCell id="zzCB6wl2EMzTk8Lp6clx-115" parent="WIyWlLk6GJQsqaUBKTNV-1" style="text;html=1;align=center;verticalAlign=middle;whiteSpace=wrap;rounded=0;" value="3, 4, 5, 6, 7, 8, 9, 10, 11" vertex="1">
          <mxGeometry height="20" width="69" x="531" y="310" as="geometry" />
        </mxCell>
        <mxCell id="zzCB6wl2EMzTk8Lp6clx-116" parent="WIyWlLk6GJQsqaUBKTNV-1" style="rounded=0;whiteSpace=wrap;html=1;arcSize=10;" value="37" vertex="1">
          <mxGeometry height="30" width="30" x="547" y="360" as="geometry" />
        </mxCell>
        <mxCell id="zzCB6wl2EMzTk8Lp6clx-120" edge="1" parent="WIyWlLk6GJQsqaUBKTNV-1" style="endArrow=none;html=1;rounded=0;exitX=1;exitY=0.5;exitDx=0;exitDy=0;" value="">
          <mxGeometry height="50" relative="1" width="50" as="geometry">
            <mxPoint x="235" y="375" as="sourcePoint" />
            <mxPoint x="255" y="375" as="targetPoint" />
          </mxGeometry>
        </mxCell>
        <mxCell id="zzCB6wl2EMzTk8Lp6clx-121" parent="WIyWlLk6GJQsqaUBKTNV-1" style="rounded=0;whiteSpace=wrap;html=1;" value="Parada_Asíncrona" vertex="1">
          <mxGeometry height="30" width="105" x="255" y="360" as="geometry" />
        </mxCell>
        <mxCell id="zzCB6wl2EMzTk8Lp6clx-122" edge="1" parent="WIyWlLk6GJQsqaUBKTNV-1" style="endArrow=none;html=1;rounded=0;" value="">
          <mxGeometry height="50" relative="1" width="50" as="geometry">
            <mxPoint x="210" y="400" as="sourcePoint" />
            <mxPoint x="230" y="400" as="targetPoint" />
          </mxGeometry>
        </mxCell>
        <mxCell id="zzCB6wl2EMzTk8Lp6clx-123" edge="1" parent="WIyWlLk6GJQsqaUBKTNV-1" style="endArrow=open;html=1;rounded=0;endFill=0;" value="">
          <mxGeometry height="50" relative="1" width="50" as="geometry">
            <mxPoint x="221" y="390" as="sourcePoint" />
            <mxPoint x="221" y="420" as="targetPoint" />
          </mxGeometry>
        </mxCell>
-         <mxCell id="zzCB6wl2EMzTk8Lp6clx-124" parent="WIyWlLk6GJQsqaUBKTNV-1" style="text;html=1;align=center;verticalAlign=middle;whiteSpace=wrap;rounded=0;" value="&lt;font&gt;1&lt;/font&gt;" vertex="1">
+         <mxCell id="zzCB6wl2EMzTk8Lp6clx-124" parent="WIyWlLk6GJQsqaUBKTNV-1" style="text;html=1;align=center;verticalAlign=middle;whiteSpace=wrap;rounded=0;" value="&lt;font&gt;21&lt;/font&gt;" vertex="1">
          <mxGeometry height="20" width="60" x="190" y="420" as="geometry" />
        </mxCell>
-         <mxCell id="zzCB6wl2EMzTk8Lp6clx-125" parent="WIyWlLk6GJQsqaUBKTNV-1" style="text;html=1;align=center;verticalAlign=middle;whiteSpace=wrap;rounded=0;" value="&lt;span style=&quot;font-size: 8px;&quot;&gt;rearme_global&lt;/span&gt;" vertex="1">
-           <mxGeometry height="20" width="60" x="235" y="390" as="geometry" />
+         <mxCell id="zzCB6wl2EMzTk8Lp6clx-125" parent="WIyWlLk6GJQsqaUBKTNV-1" style="text;html=1;align=center;verticalAlign=middle;whiteSpace=wrap;rounded=0;" value="&lt;span style=&quot;font-size: 8px;&quot;&gt;X100&lt;/span&gt;" vertex="1">
+           <mxGeometry height="20" width="60" x="215" y="390" as="geometry" />
        </mxCell>
        <mxCell id="zzCB6wl2EMzTk8Lp6clx-127" parent="WIyWlLk6GJQsqaUBKTNV-1" style="rounded=0;whiteSpace=wrap;html=1;arcSize=10;" value="35" vertex="1">
          <mxGeometry height="30" width="30" x="206" y="360" as="geometry" />
        </mxCell>
        <mxCell id="zzCB6wl2EMzTk8Lp6clx-128" edge="1" parent="WIyWlLk6GJQsqaUBKTNV-1" style="endArrow=none;html=1;rounded=0;entryX=0.5;entryY=0;entryDx=0;entryDy=0;exitX=0.5;exitY=1;exitDx=0;exitDy=0;" value="">
          <mxGeometry height="50" relative="1" width="50" as="geometry">
            <mxPoint x="51" y="340" as="sourcePoint" />
            <mxPoint x="51" y="360" as="targetPoint" />
          </mxGeometry>
        </mxCell>
        <mxCell id="zzCB6wl2EMzTk8Lp6clx-129" edge="1" parent="WIyWlLk6GJQsqaUBKTNV-1" style="endArrow=none;html=1;rounded=0;" value="">
          <mxGeometry height="50" relative="1" width="50" as="geometry">
            <mxPoint x="41" y="350" as="sourcePoint" />
            <mxPoint x="61" y="350" as="targetPoint" />
          </mxGeometry>
        </mxCell>
        <mxCell id="zzCB6wl2EMzTk8Lp6clx-130" parent="WIyWlLk6GJQsqaUBKTNV-1" style="text;html=1;align=center;verticalAlign=middle;whiteSpace=wrap;rounded=0;" value="&lt;span style=&quot;font-size: 8px;&quot;&gt;Petición_Apagado&lt;/span&gt;" vertex="1">
          <mxGeometry height="20" width="60" x="66" y="340" as="geometry" />
        </mxCell>
        <mxCell id="zzCB6wl2EMzTk8Lp6clx-131" edge="1" parent="WIyWlLk6GJQsqaUBKTNV-1" style="endArrow=none;html=1;rounded=0;exitX=1;exitY=0.5;exitDx=0;exitDy=0;" value="">
          <mxGeometry height="50" relative="1" width="50" as="geometry">
            <mxPoint x="65" y="375" as="sourcePoint" />
            <mxPoint x="85" y="375" as="targetPoint" />
          </mxGeometry>
        </mxCell>
        <mxCell id="zzCB6wl2EMzTk8Lp6clx-132" parent="WIyWlLk6GJQsqaUBKTNV-1" style="rounded=0;whiteSpace=wrap;html=1;" value="Apagado_CNC" vertex="1">
          <mxGeometry height="30" width="105" x="85" y="360" as="geometry" />
        </mxCell>
        <mxCell id="zzCB6wl2EMzTk8Lp6clx-133" edge="1" parent="WIyWlLk6GJQsqaUBKTNV-1" style="endArrow=none;html=1;rounded=0;" value="">
          <mxGeometry height="50" relative="1" width="50" as="geometry">
            <mxPoint x="40" y="409.67" as="sourcePoint" />
            <mxPoint x="60" y="409.67" as="targetPoint" />
          </mxGeometry>
        </mxCell>
        <mxCell id="zzCB6wl2EMzTk8Lp6clx-136" parent="WIyWlLk6GJQsqaUBKTNV-1" style="text;html=1;align=center;verticalAlign=middle;whiteSpace=wrap;rounded=0;" value="&lt;span style=&quot;font-size: 8px;&quot;&gt;Apagado_Recibido&lt;/span&gt;" vertex="1">
          <mxGeometry height="20" width="60" x="66" y="398" as="geometry" />
        </mxCell>
        <mxCell id="zzCB6wl2EMzTk8Lp6clx-137" parent="WIyWlLk6GJQsqaUBKTNV-1" style="text;html=1;align=center;verticalAlign=middle;whiteSpace=wrap;rounded=0;" value="&lt;font&gt;1, 2, 3, 4, 5, 6, 7, 8, 9, 10, 11&lt;/font&gt;" vertex="1">
          <mxGeometry height="20" width="65" x="20" y="310" as="geometry" />
        </mxCell>
        <mxCell id="zzCB6wl2EMzTk8Lp6clx-138" parent="WIyWlLk6GJQsqaUBKTNV-1" style="rounded=0;whiteSpace=wrap;html=1;arcSize=10;" value="32" vertex="1">
          <mxGeometry height="30" width="30" x="36" y="360" as="geometry" />
        </mxCell>
        <mxCell id="3APe1ZhPKTUfelLqW9Se-0" edge="1" parent="WIyWlLk6GJQsqaUBKTNV-1" style="endArrow=none;html=1;rounded=0;entryX=0.5;entryY=0;entryDx=0;entryDy=0;exitX=0.5;exitY=1;exitDx=0;exitDy=0;" value="">
          <mxGeometry height="50" relative="1" width="50" as="geometry">
            <mxPoint x="1114.96" y="170" as="sourcePoint" />
            <mxPoint x="1114.96" y="190" as="targetPoint" />
          </mxGeometry>
        </mxCell>
        <mxCell id="3APe1ZhPKTUfelLqW9Se-1" edge="1" parent="WIyWlLk6GJQsqaUBKTNV-1" style="endArrow=none;html=1;rounded=0;" value="">
          <mxGeometry height="50" relative="1" width="50" as="geometry">
            <mxPoint x="1106" y="179.89999999999998" as="sourcePoint" />
            <mxPoint x="1126" y="179.89999999999998" as="targetPoint" />
          </mxGeometry>
        </mxCell>
        <mxCell id="3APe1ZhPKTUfelLqW9Se-2" parent="WIyWlLk6GJQsqaUBKTNV-1" style="rounded=0;whiteSpace=wrap;html=1;" value="30" vertex="1">
          <mxGeometry height="30" width="30" x="1101" y="190" as="geometry" />
        </mxCell>
        <mxCell id="3APe1ZhPKTUfelLqW9Se-3" edge="1" parent="WIyWlLk6GJQsqaUBKTNV-1" source="3APe1ZhPKTUfelLqW9Se-2" style="endArrow=none;html=1;rounded=0;exitX=1;exitY=0.5;exitDx=0;exitDy=0;" value="">
          <mxGeometry height="50" relative="1" width="50" as="geometry">
            <mxPoint x="1101" y="260" as="sourcePoint" />
            <mxPoint x="1151" y="205" as="targetPoint" />
          </mxGeometry>
        </mxCell>
        <mxCell id="3APe1ZhPKTUfelLqW9Se-4" parent="WIyWlLk6GJQsqaUBKTNV-1" style="rounded=0;whiteSpace=wrap;html=1;" value="Mec_mc" vertex="1">
          <mxGeometry height="30" width="90" x="1151" y="190" as="geometry" />
        </mxCell>
        <mxCell id="3APe1ZhPKTUfelLqW9Se-5" edge="1" parent="WIyWlLk6GJQsqaUBKTNV-1" style="endArrow=none;html=1;rounded=0;" value="">
          <mxGeometry height="50" relative="1" width="50" as="geometry">
            <mxPoint x="1106" y="230" as="sourcePoint" />
            <mxPoint x="1126" y="230" as="targetPoint" />
          </mxGeometry>
        </mxCell>
        <mxCell id="3APe1ZhPKTUfelLqW9Se-6" parent="WIyWlLk6GJQsqaUBKTNV-1" style="text;html=1;align=center;verticalAlign=middle;whiteSpace=wrap;rounded=0;" value="&lt;span style=&quot;font-size: 8px;&quot;&gt;Fin_Mec&lt;/span&gt;" vertex="1">
          <mxGeometry height="20" width="60" x="1121" y="220" as="geometry" />
        </mxCell>
        <mxCell id="3APe1ZhPKTUfelLqW9Se-7" edge="1" parent="WIyWlLk6GJQsqaUBKTNV-1" style="endArrow=open;html=1;rounded=0;endFill=0;" value="">
          <mxGeometry height="50" relative="1" width="50" as="geometry">
            <mxPoint x="1115" y="220" as="sourcePoint" />
            <mxPoint x="1115" y="250" as="targetPoint" />
          </mxGeometry>
        </mxCell>
-         <mxCell id="3APe1ZhPKTUfelLqW9Se-8" parent="WIyWlLk6GJQsqaUBKTNV-1" style="text;html=1;align=center;verticalAlign=middle;whiteSpace=wrap;rounded=0;" value="&lt;font&gt;2&lt;/font&gt;" vertex="1">
+         <mxCell id="3APe1ZhPKTUfelLqW9Se-8" parent="WIyWlLk6GJQsqaUBKTNV-1" style="text;html=1;align=center;verticalAlign=middle;whiteSpace=wrap;rounded=0;" value="22" vertex="1">
          <mxGeometry height="20" width="60" x="1086" y="250" as="geometry" />
        </mxCell>
        <mxCell id="3APe1ZhPKTUfelLqW9Se-9" parent="WIyWlLk6GJQsqaUBKTNV-1" style="text;html=1;align=center;verticalAlign=middle;whiteSpace=wrap;rounded=0;" value="&lt;span style=&quot;font-size: 8px;&quot;&gt;Pieza_IN · S_man_cor&lt;/span&gt;" vertex="1">
          <mxGeometry height="20" width="85" x="1131" y="170" as="geometry" />
        </mxCell>
        <mxCell id="3APe1ZhPKTUfelLqW9Se-10" edge="1" parent="WIyWlLk6GJQsqaUBKTNV-1" style="endArrow=none;html=1;rounded=0;entryX=0.5;entryY=0;entryDx=0;entryDy=0;exitX=0.5;exitY=1;exitDx=0;exitDy=0;" value="">
          <mxGeometry height="50" relative="1" width="50" as="geometry">
            <mxPoint x="1269.96" y="170" as="sourcePoint" />
            <mxPoint x="1269.96" y="190" as="targetPoint" />
          </mxGeometry>
        </mxCell>
        <mxCell id="3APe1ZhPKTUfelLqW9Se-11" edge="1" parent="WIyWlLk6GJQsqaUBKTNV-1" style="endArrow=none;html=1;rounded=0;" value="">
          <mxGeometry height="50" relative="1" width="50" as="geometry">
            <mxPoint x="1261" y="179.89999999999998" as="sourcePoint" />
            <mxPoint x="1281" y="179.89999999999998" as="targetPoint" />
          </mxGeometry>
        </mxCell>
        <mxCell id="3APe1ZhPKTUfelLqW9Se-12" parent="WIyWlLk6GJQsqaUBKTNV-1" style="rounded=0;whiteSpace=wrap;html=1;" value="31" vertex="1">
          <mxGeometry height="30" width="30" x="1256" y="190" as="geometry" />
        </mxCell>
        <mxCell id="3APe1ZhPKTUfelLqW9Se-13" edge="1" parent="WIyWlLk6GJQsqaUBKTNV-1" source="3APe1ZhPKTUfelLqW9Se-12" style="endArrow=none;html=1;rounded=0;exitX=1;exitY=0.5;exitDx=0;exitDy=0;" value="">
          <mxGeometry height="50" relative="1" width="50" as="geometry">
            <mxPoint x="1256" y="260" as="sourcePoint" />
            <mxPoint x="1306" y="205" as="targetPoint" />
          </mxGeometry>
        </mxCell>
        <mxCell id="3APe1ZhPKTUfelLqW9Se-14" parent="WIyWlLk6GJQsqaUBKTNV-1" style="rounded=0;whiteSpace=wrap;html=1;" value="Mec_ml" vertex="1">
          <mxGeometry height="30" width="90" x="1306" y="190" as="geometry" />
        </mxCell>
        <mxCell id="3APe1ZhPKTUfelLqW9Se-15" edge="1" parent="WIyWlLk6GJQsqaUBKTNV-1" style="endArrow=none;html=1;rounded=0;" value="">
          <mxGeometry height="50" relative="1" width="50" as="geometry">
            <mxPoint x="1261" y="230" as="sourcePoint" />
            <mxPoint x="1281" y="230" as="targetPoint" />
          </mxGeometry>
        </mxCell>
        <mxCell id="3APe1ZhPKTUfelLqW9Se-16" parent="WIyWlLk6GJQsqaUBKTNV-1" style="text;html=1;align=center;verticalAlign=middle;whiteSpace=wrap;rounded=0;" value="&lt;span style=&quot;font-size: 8px;&quot;&gt;Fin_Mec&lt;/span&gt;" vertex="1">
          <mxGeometry height="20" width="60" x="1276" y="220" as="geometry" />
        </mxCell>
        <mxCell id="3APe1ZhPKTUfelLqW9Se-17" edge="1" parent="WIyWlLk6GJQsqaUBKTNV-1" style="endArrow=open;html=1;rounded=0;endFill=0;" value="">
          <mxGeometry height="50" relative="1" width="50" as="geometry">
            <mxPoint x="1270" y="220" as="sourcePoint" />
            <mxPoint x="1270" y="250" as="targetPoint" />
          </mxGeometry>
        </mxCell>
-         <mxCell id="3APe1ZhPKTUfelLqW9Se-18" parent="WIyWlLk6GJQsqaUBKTNV-1" style="text;html=1;align=center;verticalAlign=middle;whiteSpace=wrap;rounded=0;" value="&lt;font&gt;2&lt;/font&gt;" vertex="1">
+         <mxCell id="3APe1ZhPKTUfelLqW9Se-18" parent="WIyWlLk6GJQsqaUBKTNV-1" style="text;html=1;align=center;verticalAlign=middle;whiteSpace=wrap;rounded=0;" value="22" vertex="1">
          <mxGeometry height="20" width="60" x="1241" y="250" as="geometry" />
        </mxCell>
        <mxCell id="3APe1ZhPKTUfelLqW9Se-19" parent="WIyWlLk6GJQsqaUBKTNV-1" style="text;html=1;align=center;verticalAlign=middle;whiteSpace=wrap;rounded=0;" value="&lt;span style=&quot;font-size: 8px;&quot;&gt;Pieza_IN · S_man_lar&lt;/span&gt;" vertex="1">
          <mxGeometry height="20" width="85" x="1286" y="170" as="geometry" />
        </mxCell>
        <mxCell id="yEnE8IVrRm0w_RMu1Pmn-0" edge="1" parent="WIyWlLk6GJQsqaUBKTNV-1" style="endArrow=none;html=1;rounded=0;" value="">
          <mxGeometry height="50" relative="1" width="50" as="geometry">
            <mxPoint x="640" y="49.92999999999999" as="sourcePoint" />
            <mxPoint x="660" y="49.92999999999999" as="targetPoint" />
          </mxGeometry>
        </mxCell>
        <mxCell id="yEnE8IVrRm0w_RMu1Pmn-1" parent="WIyWlLk6GJQsqaUBKTNV-1" style="text;html=1;align=center;verticalAlign=middle;whiteSpace=wrap;rounded=0;" value="&lt;font style=&quot;font-size: 10px;&quot;&gt;Peticion conexión de GMM&lt;/font&gt;" vertex="1">
          <mxGeometry height="20" width="129" x="660.5" y="40" as="geometry" />
        </mxCell>
        <mxCell id="yEnE8IVrRm0w_RMu1Pmn-2" edge="1" parent="WIyWlLk6GJQsqaUBKTNV-1" style="endArrow=none;html=1;rounded=0;entryX=0.5;entryY=0;entryDx=0;entryDy=0;" target="zzCB6wl2EMzTk8Lp6clx-34" value="">
          <mxGeometry height="50" relative="1" width="50" as="geometry">
            <mxPoint x="650" y="50" as="sourcePoint" />
            <mxPoint x="650.5" y="70" as="targetPoint" />
          </mxGeometry>
        </mxCell>
        <mxCell id="yEnE8IVrRm0w_RMu1Pmn-3" edge="1" parent="WIyWlLk6GJQsqaUBKTNV-1" style="endArrow=classic;html=1;rounded=0;" value="">
          <mxGeometry height="50" relative="1" width="50" as="geometry">
            <mxPoint x="799.5" y="60" as="sourcePoint" />
            <mxPoint x="799.5" y="40" as="targetPoint" />
          </mxGeometry>
        </mxCell>
        <mxCell id="yEnE8IVrRm0w_RMu1Pmn-5" edge="1" parent="WIyWlLk6GJQsqaUBKTNV-1" style="endArrow=none;html=1;rounded=0;entryX=0.5;entryY=0;entryDx=0;entryDy=0;exitX=0.5;exitY=1;exitDx=0;exitDy=0;" value="">
          <mxGeometry height="50" relative="1" width="50" as="geometry">
            <mxPoint x="50.83" y="390" as="sourcePoint" />
            <mxPoint x="50.83" y="410" as="targetPoint" />
          </mxGeometry>
+         </mxCell>
+         <mxCell id="8-tKCHgbVRtsMCJubPa_-0" edge="1" parent="WIyWlLk6GJQsqaUBKTNV-1" style="endArrow=none;html=1;rounded=0;exitX=1;exitY=0.5;exitDx=0;exitDy=0;arcSize=10;" value="">
+           <mxGeometry height="50" relative="1" width="50" as="geometry">
+             <mxPoint x="664.5" y="135" as="sourcePoint" />
+             <mxPoint x="684" y="135" as="targetPoint" />
+           </mxGeometry>
+         </mxCell>
+         <mxCell id="8-tKCHgbVRtsMCJubPa_-1" parent="WIyWlLk6GJQsqaUBKTNV-1" style="rounded=0;whiteSpace=wrap;html=1;arcSize=10;" value="Stanby_CNC := TRUE" vertex="1">
+           <mxGeometry height="30" width="126" x="684" y="120" as="geometry" />
        </mxCell>
      </root>
    </mxGraphModel>
  </diagram>
</mxfile>
